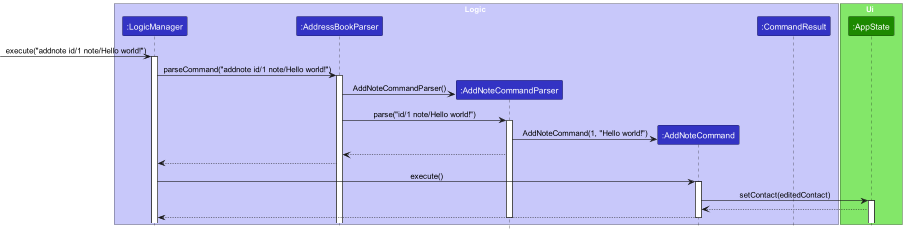
Above: docs/images/AddNoteSequenceDiagram.png in s-peiran/tp (PlantUML), before the change. The source it was exported from:
```plantuml
@startuml
!include style.puml
skinparam ArrowFontStyle plain

box Logic LOGIC_COLOR_T1
participant ":LogicManager" as LogicManager LOGIC_COLOR
participant ":AddressBookParser" as AddressBookParser LOGIC_COLOR
participant ":AddNoteCommandParser" as AddNoteCommandParser LOGIC_COLOR
participant ":AddNoteCommand" as AddNoteCommand LOGIC_COLOR
participant ":CommandResult" as CommandResult LOGIC_COLOR
end box

box Ui UI_COLOR_T1
participant ":AppState" as AppState UI_COLOR
end box

[-> LogicManager : execute("addnote id/1 note/Hello world!")
activate LogicManager


LogicManager -> AddressBookParser : parseCommand("addnote id/1 note/Hello world!")
activate AddressBookParser

create AddNoteCommandParser
AddressBookParser -> AddNoteCommandParser : AddNoteCommandParser()
AddressBookParser -> AddNoteCommandParser : parse("id/1 note/Hello world!")
activate AddNoteCommandParser
create AddNoteCommand
AddNoteCommandParser -> AddNoteCommand : AddNoteCommand(1, "Hello world!")
AddNoteCommandParser --> AddressBookParser

AddressBookParser --> LogicManager

LogicManager -> AddNoteCommand : execute()
activate AddNoteCommand

AddNoteCommand -> AppState : setContact(editedContact)
activate AppState

AppState --> AddNoteCommand
AddNoteCommand --> LogicManager
deactivate AddNoteCommandParser

deactivate AddNoteCommand

@enduml
```
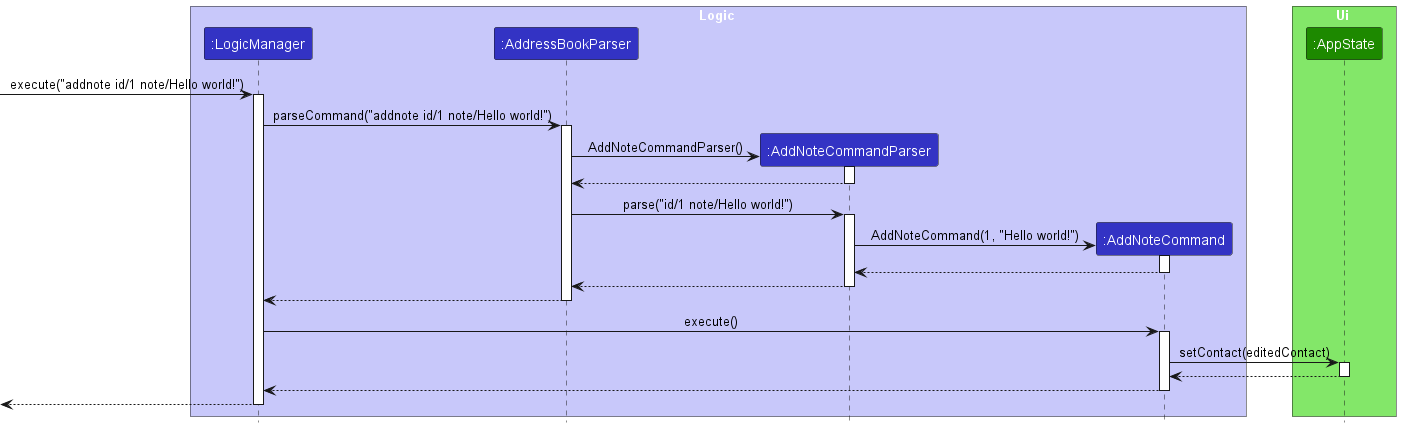
After the commit.

The edit, as a diff of the source:
```diff
@@ -7,7 +7,6 @@
 participant ":AddressBookParser" as AddressBookParser LOGIC_COLOR
 participant ":AddNoteCommandParser" as AddNoteCommandParser LOGIC_COLOR
 participant ":AddNoteCommand" as AddNoteCommand LOGIC_COLOR
-participant ":CommandResult" as CommandResult LOGIC_COLOR
 end box
 
 box Ui UI_COLOR_T1
@@ -23,13 +22,26 @@
 
 create AddNoteCommandParser
 AddressBookParser -> AddNoteCommandParser : AddNoteCommandParser()
+activate AddNoteCommandParser
+
+AddNoteCommandParser --> AddressBookParser
+deactivate AddNoteCommandParser
+
 AddressBookParser -> AddNoteCommandParser : parse("id/1 note/Hello world!")
 activate AddNoteCommandParser
+
 create AddNoteCommand
 AddNoteCommandParser -> AddNoteCommand : AddNoteCommand(1, "Hello world!")
+activate AddNoteCommand
+
+AddNoteCommand --> AddNoteCommandParser
+deactivate AddNoteCommand
+
 AddNoteCommandParser --> AddressBookParser
+deactivate AddNoteCommandParser
 
 AddressBookParser --> LogicManager
+deactivate AddressBookParser
 
 LogicManager -> AddNoteCommand : execute()
 activate AddNoteCommand
@@ -38,9 +50,14 @@
 activate AppState
 
 AppState --> AddNoteCommand
+deactivate AppState
+
 AddNoteCommand --> LogicManager
 deactivate AddNoteCommandParser
 
 deactivate AddNoteCommand
 
+[<--LogicManager
+deactivate LogicManager
+
 @enduml
```
